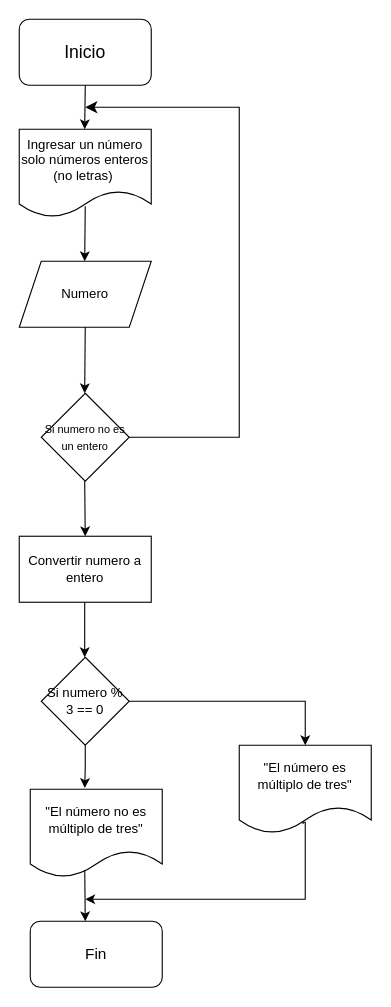
Above: Diagrama sin título.drawio in leodan87/demo-05-tarea (draw.io), before the change. Source tidied: cells renumbered, new cells numbered last; positions are measured from the earlier drawing's top-left corner, leaving out a move shared by most shapes. Both pictures are drawn from the tidied source at 110%, with x=0, y=0 at pixel (19, 19).
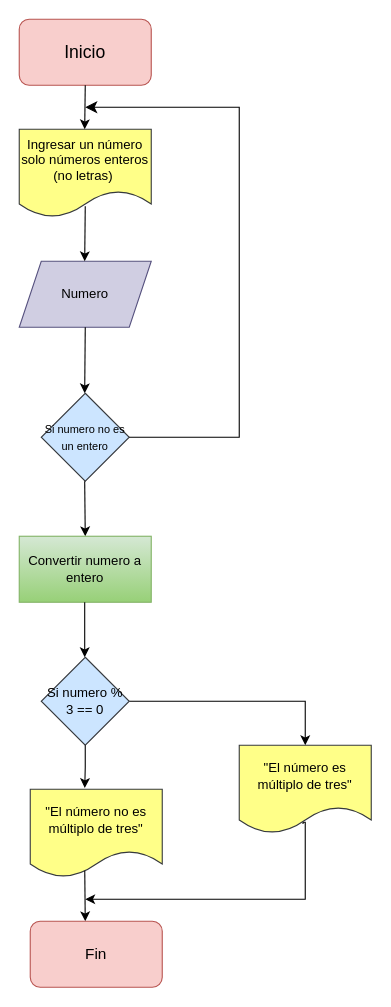
The same page after the edit.

Diff of the diagram source:
```diff
@@
-    <mxCell id="2" value="&lt;font size=&quot;3&quot;&gt;Inicio&lt;/font&gt;" style="rounded=1;whiteSpace=wrap;html=1;" parent="1" vertex="1">
+    <mxCell id="2" value="&lt;font size=&quot;3&quot;&gt;Inicio&lt;/font&gt;" style="rounded=1;whiteSpace=wrap;html=1;fillColor=#f8cecc;strokeColor=#b85450;" parent="1" vertex="1">
       <mxGeometry width="120" height="60" as="geometry" />
     </mxCell>
-    <mxCell id="3" value="Ingresar un número solo números enteros (no letras)&amp;nbsp;" style="shape=document;whiteSpace=wrap;html=1;boundedLbl=1;" parent="1" vertex="1">
+    <mxCell id="3" value="Ingresar un número solo números enteros (no letras)&amp;nbsp;" style="shape=document;whiteSpace=wrap;html=1;boundedLbl=1;fillColor=#ffff88;strokeColor=#36393d;" parent="1" vertex="1">
       <mxGeometry y="100" width="120" height="80" as="geometry" />
     </mxCell>
-    <mxCell id="4" value="Numero" style="shape=parallelogram;perimeter=parallelogramPerimeter;whiteSpace=wrap;html=1;fixedSize=1;" parent="1" vertex="1">
+    <mxCell id="4" value="Numero" style="shape=parallelogram;perimeter=parallelogramPerimeter;whiteSpace=wrap;html=1;fixedSize=1;fillColor=#d0cee2;strokeColor=#56517e;" parent="1" vertex="1">
       <mxGeometry y="220" width="120" height="60" as="geometry" />
     </mxCell>
-    <mxCell id="5" value="&lt;font size=&quot;1&quot;&gt;Si numero no es un entero&lt;/font&gt;" style="rhombus;whiteSpace=wrap;html=1;" parent="1" vertex="1">
+    <mxCell id="5" value="&lt;font size=&quot;1&quot;&gt;Si numero no es un entero&lt;/font&gt;" style="rhombus;whiteSpace=wrap;html=1;fillColor=#cce5ff;strokeColor=#36393d;" parent="1" vertex="1">
       <mxGeometry x="20" y="340" width="80" height="80" as="geometry" />
     </mxCell>
@@
-    <mxCell id="11" value="Convertir numero a entero" style="rounded=0;whiteSpace=wrap;html=1;" parent="1" vertex="1">
+    <mxCell id="11" value="Convertir numero a entero" style="rounded=0;whiteSpace=wrap;html=1;fillColor=#d5e8d4;gradientColor=#97d077;strokeColor=#82b366;" parent="1" vertex="1">
       <mxGeometry y="470" width="120" height="60" as="geometry" />
     </mxCell>
@@
-    <mxCell id="14" value="Si numero % 3 == 0" style="rhombus;whiteSpace=wrap;html=1;" parent="1" vertex="1">
+    <mxCell id="14" value="Si numero % 3 == 0" style="rhombus;whiteSpace=wrap;html=1;fillColor=#cce5ff;strokeColor=#36393d;" parent="1" vertex="1">
       <mxGeometry x="20" y="580" width="80" height="80" as="geometry" />
     </mxCell>
@@
-    <mxCell id="16" value="&quot;El número es múltiplo de tres&quot;" style="shape=document;whiteSpace=wrap;html=1;boundedLbl=1;" parent="1" vertex="1">
+    <mxCell id="16" value="&quot;El número es múltiplo de tres&quot;" style="shape=document;whiteSpace=wrap;html=1;boundedLbl=1;fillColor=#ffff88;strokeColor=#36393d;" parent="1" vertex="1">
       <mxGeometry x="200" y="660" width="120" height="80" as="geometry" />
     </mxCell>
-    <mxCell id="17" value="&quot;El número no es múltiplo de tres&quot;" style="shape=document;whiteSpace=wrap;html=1;boundedLbl=1;" parent="1" vertex="1">
+    <mxCell id="17" value="&quot;El número no es múltiplo de tres&quot;" style="shape=document;whiteSpace=wrap;html=1;boundedLbl=1;fillColor=#ffff88;strokeColor=#36393d;" parent="1" vertex="1">
       <mxGeometry x="10" y="700" width="120" height="80" as="geometry" />
     </mxCell>
@@
-    <mxCell id="20" value="&lt;font style=&quot;font-size: 14px;&quot;&gt;Fin&lt;/font&gt;" style="rounded=1;whiteSpace=wrap;html=1;" parent="1" vertex="1">
+    <mxCell id="20" value="&lt;font style=&quot;font-size: 14px;&quot;&gt;Fin&lt;/font&gt;" style="rounded=1;whiteSpace=wrap;html=1;fillColor=#f8cecc;strokeColor=#b85450;" parent="1" vertex="1">
       <mxGeometry x="10" y="820" width="120" height="60" as="geometry" />
     </mxCell>
```
